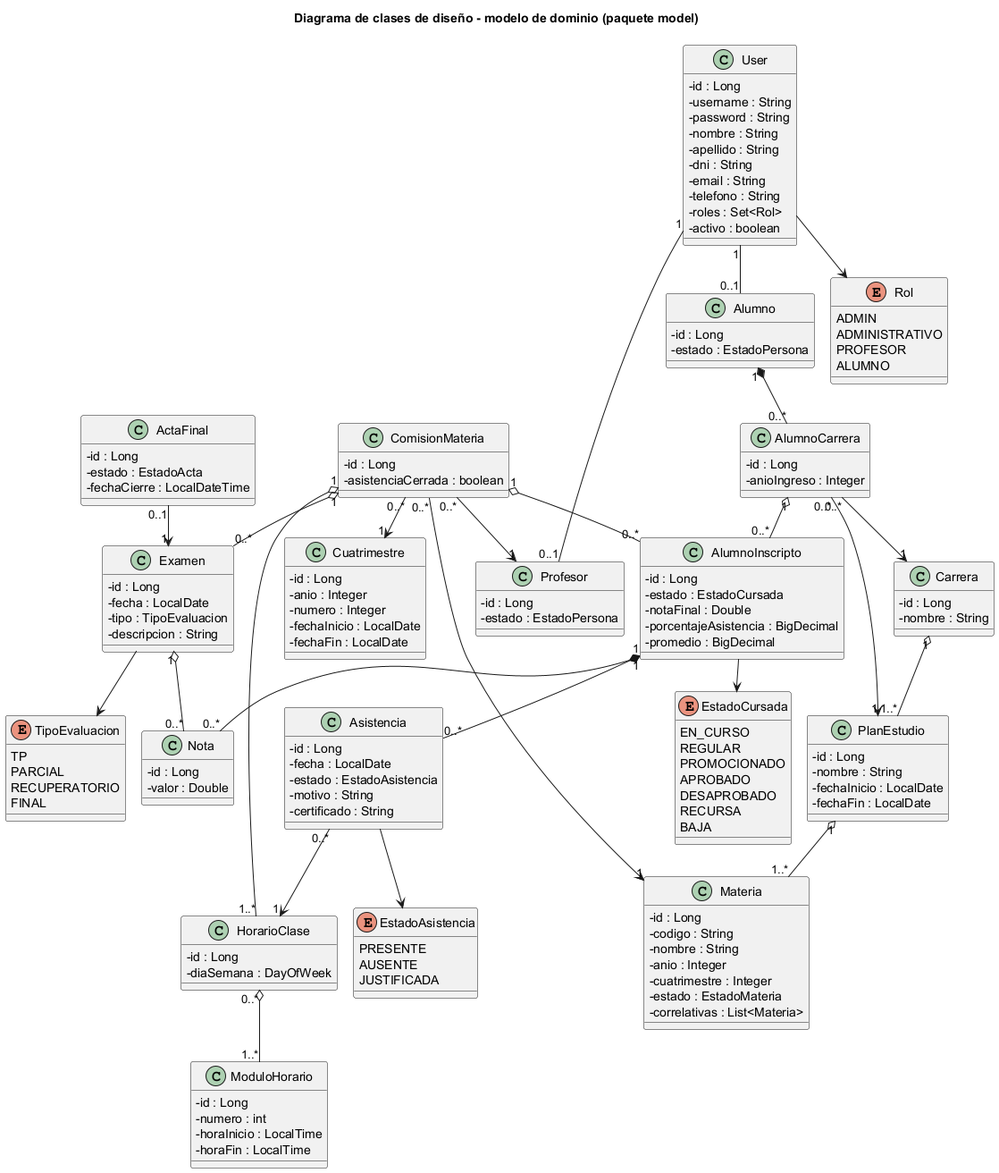
Earlier version of the PlantUML export document/diagramas/clases-diseno-dominio.png (ISMAELALTHENOFER/BACKOFFICE-ACADEMICO-ITEC-N-1).
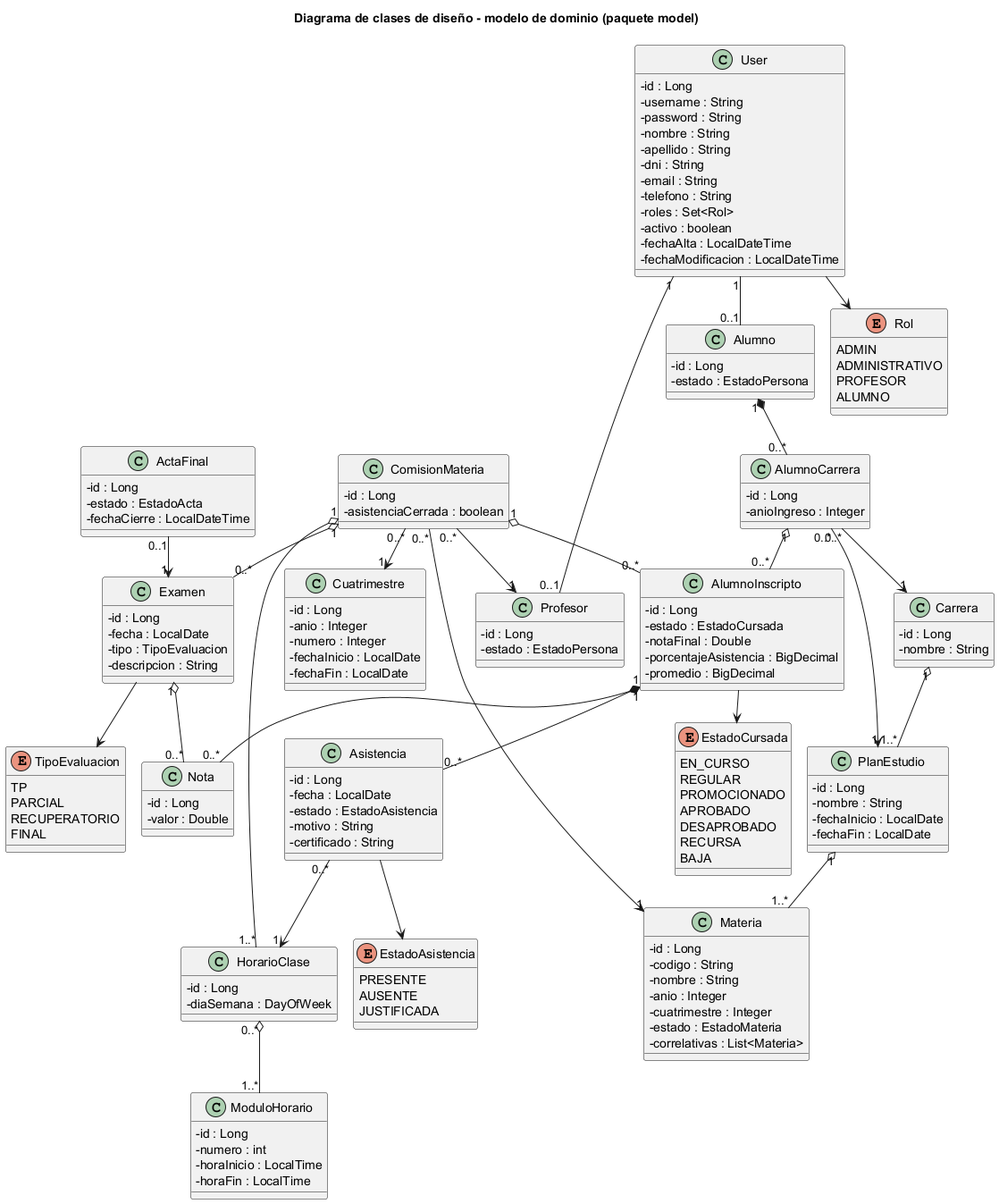
Above is the later version.

What changed in the source:
```diff
@@ -15,6 +15,8 @@
   - telefono : String
   - roles : Set<Rol>
   - activo : boolean
+  - fechaAlta : LocalDateTime
+  - fechaModificacion : LocalDateTime
 }
 class Alumno {
   - id : Long
```
